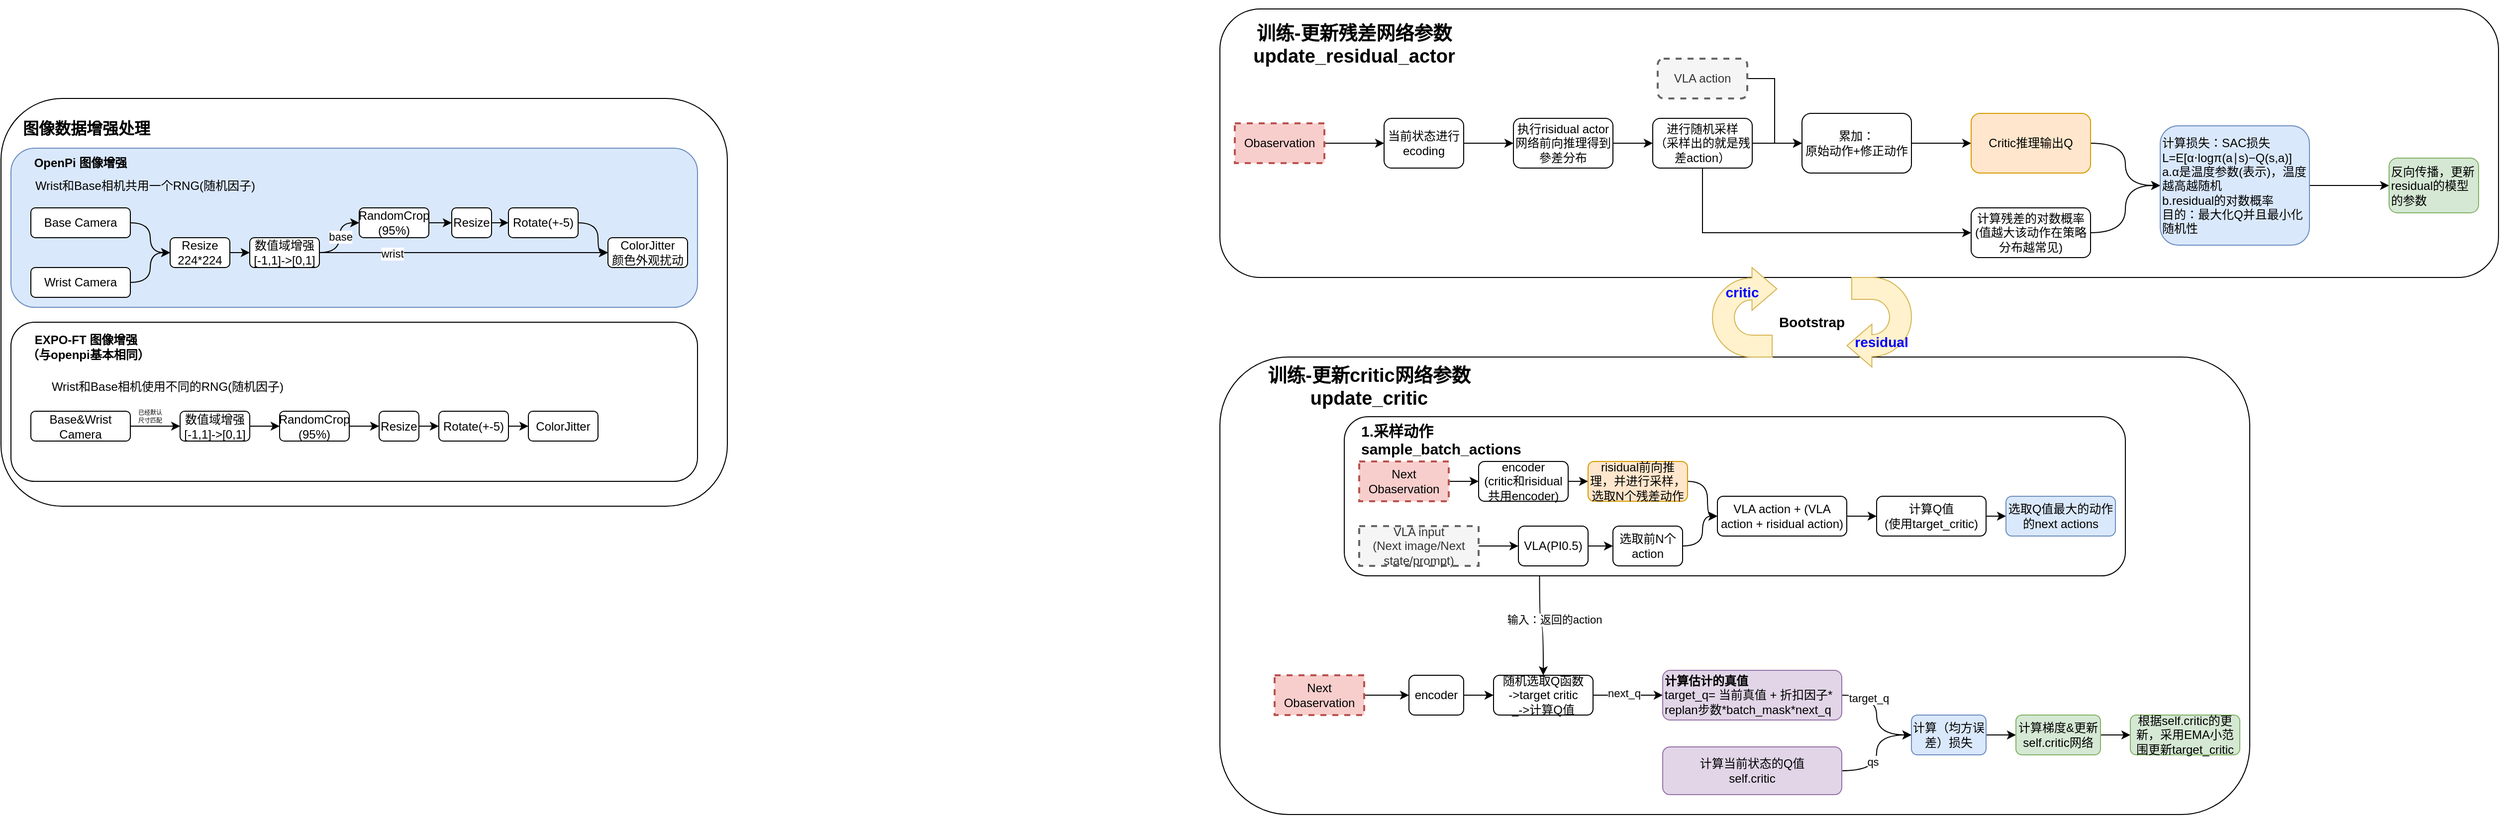
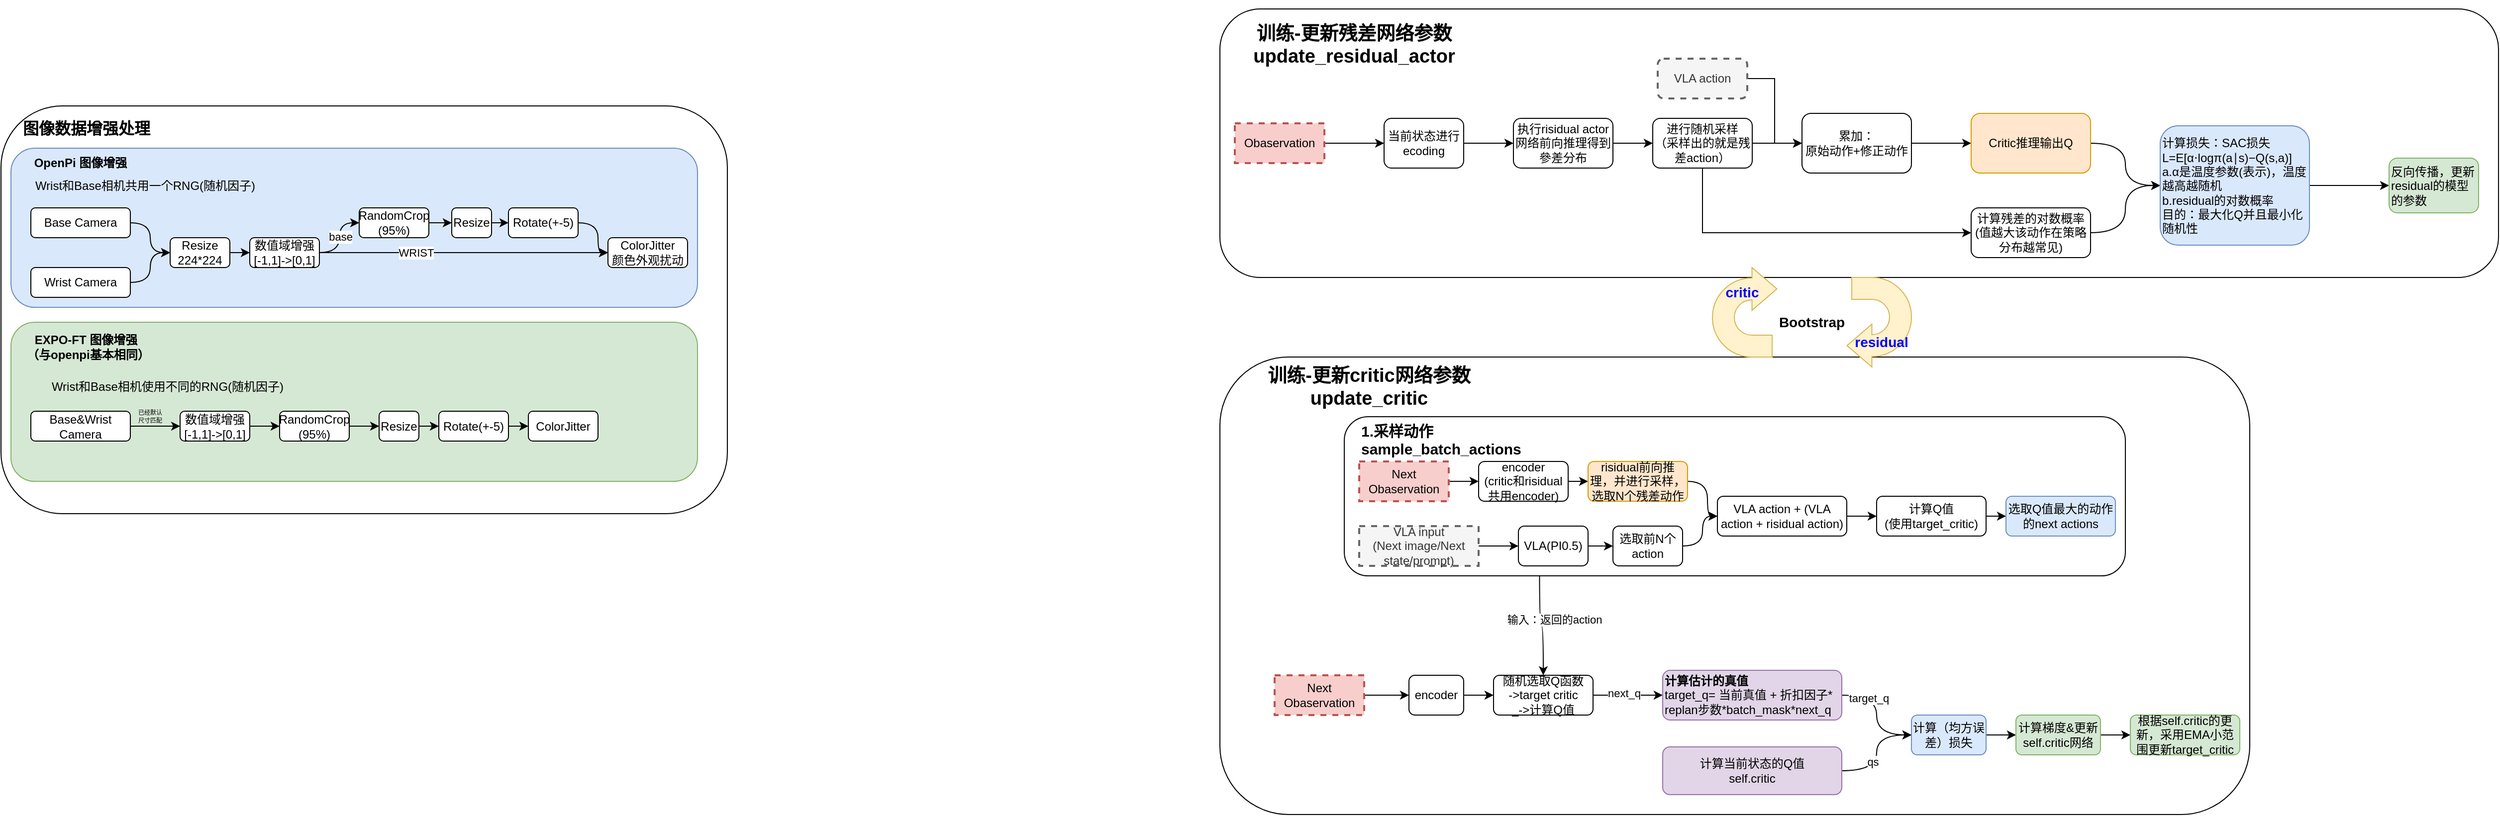
<mxfile host="app.diagrams.net">
  <diagram name="第 1 页" id="Xl2nalXjscSPXPMrPieM">
-     <mxGraphModel dx="4342" dy="1528" grid="1" gridSize="10" guides="1" tooltips="1" connect="1" arrows="1" fold="1" page="1" pageScale="1" pageWidth="827" pageHeight="1169" math="0" shadow="0">
+     <mxGraphModel dx="2537" dy="2509" grid="1" gridSize="10" guides="1" tooltips="1" connect="1" arrows="1" fold="1" page="1" pageScale="1" pageWidth="827" pageHeight="1169" math="0" shadow="0">
      <root>
        <mxCell id="0" />
        <mxCell id="1" parent="0" />
        <mxCell id="5m5IZYSdE89hOnIhnB_D-129" parent="1" style="rounded=1;whiteSpace=wrap;html=1;" value="" vertex="1">
-           <mxGeometry height="410" width="730" x="-1280" y="280" as="geometry" />
+           <mxGeometry height="410" width="730" x="-1280" y="287.5" as="geometry" />
+         </mxCell>
+         <mxCell id="5m5IZYSdE89hOnIhnB_D-127" parent="1" style="rounded=1;whiteSpace=wrap;html=1;fillColor=#d5e8d4;strokeColor=#82b366;" value="" vertex="1">
+           <mxGeometry height="160" width="690" x="-1270" y="505" as="geometry" />
        </mxCell>
        <mxCell id="5m5IZYSdE89hOnIhnB_D-126" parent="1" style="rounded=1;whiteSpace=wrap;html=1;fillColor=#dae8fc;strokeColor=#6c8ebf;" value="" vertex="1">
          <mxGeometry height="160" width="690" x="-1270" y="330" as="geometry" />
        </mxCell>
        <mxCell id="5m5IZYSdE89hOnIhnB_D-75" parent="1" style="rounded=1;whiteSpace=wrap;html=1;" value="" vertex="1">
          <mxGeometry height="460" width="1035" x="-55" y="540" as="geometry" />
        </mxCell>
        <mxCell id="5m5IZYSdE89hOnIhnB_D-59" edge="1" parent="1" source="5m5IZYSdE89hOnIhnB_D-50" style="edgeStyle=orthogonalEdgeStyle;curved=1;rounded=0;orthogonalLoop=1;jettySize=auto;html=1;exitX=0.25;exitY=1;exitDx=0;exitDy=0;entryX=0.5;entryY=0;entryDx=0;entryDy=0;" target="5m5IZYSdE89hOnIhnB_D-56">
          <mxGeometry relative="1" as="geometry" />
        </mxCell>
        <mxCell id="5m5IZYSdE89hOnIhnB_D-60" connectable="0" parent="5m5IZYSdE89hOnIhnB_D-59" style="edgeLabel;html=1;align=center;verticalAlign=middle;resizable=0;points=[];" value="输入：返回的action" vertex="1">
          <mxGeometry relative="1" x="-0.1644" y="4" as="geometry">
            <mxPoint x="10" as="offset" />
          </mxGeometry>
        </mxCell>
        <mxCell id="5m5IZYSdE89hOnIhnB_D-22" parent="1" style="rounded=1;whiteSpace=wrap;html=1;" value="" vertex="1">
          <mxGeometry height="270" width="1285" x="-55" y="190" as="geometry" />
        </mxCell>
        <mxCell id="5m5IZYSdE89hOnIhnB_D-3" edge="1" parent="1" source="5m5IZYSdE89hOnIhnB_D-1" style="edgeStyle=orthogonalEdgeStyle;rounded=0;orthogonalLoop=1;jettySize=auto;html=1;" target="5m5IZYSdE89hOnIhnB_D-2" value="">
          <mxGeometry relative="1" as="geometry" />
        </mxCell>
        <mxCell id="5m5IZYSdE89hOnIhnB_D-1" parent="1" style="rounded=1;whiteSpace=wrap;html=1;" value="当前状态进行ecoding" vertex="1">
          <mxGeometry height="50" width="80" x="110" y="300" as="geometry" />
        </mxCell>
        <mxCell id="5m5IZYSdE89hOnIhnB_D-5" edge="1" parent="1" source="5m5IZYSdE89hOnIhnB_D-2" style="edgeStyle=orthogonalEdgeStyle;rounded=0;orthogonalLoop=1;jettySize=auto;html=1;" target="5m5IZYSdE89hOnIhnB_D-4" value="">
          <mxGeometry relative="1" as="geometry" />
        </mxCell>
        <mxCell id="5m5IZYSdE89hOnIhnB_D-2" parent="1" style="rounded=1;whiteSpace=wrap;html=1;" value="执行risidual actor网络前向推理得到參差分布" vertex="1">
          <mxGeometry height="50" width="100" x="240" y="300" as="geometry" />
        </mxCell>
        <mxCell id="5m5IZYSdE89hOnIhnB_D-7" edge="1" parent="1" source="5m5IZYSdE89hOnIhnB_D-4" style="edgeStyle=orthogonalEdgeStyle;rounded=0;orthogonalLoop=1;jettySize=auto;html=1;exitX=0.5;exitY=1;exitDx=0;exitDy=0;entryX=0;entryY=0.5;entryDx=0;entryDy=0;" target="5m5IZYSdE89hOnIhnB_D-6" value="">
          <mxGeometry relative="1" as="geometry" />
        </mxCell>
        <mxCell id="5m5IZYSdE89hOnIhnB_D-14" edge="1" parent="1" source="5m5IZYSdE89hOnIhnB_D-4" style="edgeStyle=orthogonalEdgeStyle;rounded=0;orthogonalLoop=1;jettySize=auto;html=1;exitX=1;exitY=0.5;exitDx=0;exitDy=0;entryX=0;entryY=0.5;entryDx=0;entryDy=0;" target="5m5IZYSdE89hOnIhnB_D-12">
          <mxGeometry relative="1" as="geometry" />
        </mxCell>
        <mxCell id="5m5IZYSdE89hOnIhnB_D-4" parent="1" style="rounded=1;whiteSpace=wrap;html=1;" value="进行随机采样&lt;br&gt;（采样出的就是残差action）" vertex="1">
          <mxGeometry height="50" width="100" x="380" y="300" as="geometry" />
        </mxCell>
        <mxCell id="5m5IZYSdE89hOnIhnB_D-19" edge="1" parent="1" source="5m5IZYSdE89hOnIhnB_D-6" style="edgeStyle=orthogonalEdgeStyle;rounded=0;orthogonalLoop=1;jettySize=auto;html=1;exitX=1;exitY=0.5;exitDx=0;exitDy=0;entryX=0;entryY=0.5;entryDx=0;entryDy=0;curved=1;" target="5m5IZYSdE89hOnIhnB_D-17">
          <mxGeometry relative="1" as="geometry" />
        </mxCell>
        <mxCell id="5m5IZYSdE89hOnIhnB_D-6" parent="1" style="rounded=1;whiteSpace=wrap;html=1;" value="计算残差的对数概率&lt;br&gt;(值越大该动作在策略分布越常见)" vertex="1">
          <mxGeometry height="50" width="120" x="700" y="390" as="geometry" />
        </mxCell>
        <mxCell id="5m5IZYSdE89hOnIhnB_D-9" edge="1" parent="1" source="5m5IZYSdE89hOnIhnB_D-8" style="edgeStyle=orthogonalEdgeStyle;rounded=0;orthogonalLoop=1;jettySize=auto;html=1;exitX=1;exitY=0.5;exitDx=0;exitDy=0;entryX=0;entryY=0.5;entryDx=0;entryDy=0;" target="5m5IZYSdE89hOnIhnB_D-1">
          <mxGeometry relative="1" as="geometry" />
        </mxCell>
        <mxCell id="5m5IZYSdE89hOnIhnB_D-8" parent="1" style="rounded=0;whiteSpace=wrap;html=1;fillColor=#f8cecc;strokeColor=#b85450;dashed=1;strokeWidth=2;" value="Obaservation" vertex="1">
          <mxGeometry height="40" width="90" x="-40" y="305" as="geometry" />
        </mxCell>
        <mxCell id="5m5IZYSdE89hOnIhnB_D-13" edge="1" parent="1" source="5m5IZYSdE89hOnIhnB_D-10" style="edgeStyle=orthogonalEdgeStyle;rounded=0;orthogonalLoop=1;jettySize=auto;html=1;exitX=1;exitY=0.5;exitDx=0;exitDy=0;entryX=0;entryY=0.5;entryDx=0;entryDy=0;" target="5m5IZYSdE89hOnIhnB_D-12">
          <mxGeometry relative="1" as="geometry" />
        </mxCell>
        <mxCell id="5m5IZYSdE89hOnIhnB_D-10" parent="1" style="rounded=1;whiteSpace=wrap;html=1;fillColor=#f5f5f5;fontColor=#333333;strokeColor=#666666;dashed=1;strokeWidth=2;" value="VLA action" vertex="1">
          <mxGeometry height="40" width="90" x="385" y="240" as="geometry" />
        </mxCell>
        <mxCell id="5m5IZYSdE89hOnIhnB_D-16" edge="1" parent="1" source="5m5IZYSdE89hOnIhnB_D-12" style="edgeStyle=orthogonalEdgeStyle;rounded=0;orthogonalLoop=1;jettySize=auto;html=1;exitX=1;exitY=0.5;exitDx=0;exitDy=0;entryX=0;entryY=0.5;entryDx=0;entryDy=0;" target="5m5IZYSdE89hOnIhnB_D-15">
          <mxGeometry relative="1" as="geometry" />
        </mxCell>
        <mxCell id="5m5IZYSdE89hOnIhnB_D-12" parent="1" style="rounded=1;whiteSpace=wrap;html=1;" value="累加：&lt;br&gt;原始动作+修正动作" vertex="1">
          <mxGeometry height="60" width="110" x="530" y="295" as="geometry" />
        </mxCell>
        <mxCell id="5m5IZYSdE89hOnIhnB_D-18" edge="1" parent="1" source="5m5IZYSdE89hOnIhnB_D-15" style="edgeStyle=orthogonalEdgeStyle;rounded=0;orthogonalLoop=1;jettySize=auto;html=1;exitX=1;exitY=0.5;exitDx=0;exitDy=0;entryX=0;entryY=0.5;entryDx=0;entryDy=0;curved=1;" target="5m5IZYSdE89hOnIhnB_D-17">
          <mxGeometry relative="1" as="geometry" />
        </mxCell>
        <mxCell id="5m5IZYSdE89hOnIhnB_D-15" parent="1" style="rounded=1;whiteSpace=wrap;html=1;fillColor=#ffe6cc;strokeColor=#d79b00;" value="Critic推理输出Q" vertex="1">
          <mxGeometry height="60" width="120" x="700" y="295" as="geometry" />
        </mxCell>
        <mxCell id="5m5IZYSdE89hOnIhnB_D-21" edge="1" parent="1" source="5m5IZYSdE89hOnIhnB_D-17" style="edgeStyle=orthogonalEdgeStyle;curved=1;rounded=0;orthogonalLoop=1;jettySize=auto;html=1;" target="5m5IZYSdE89hOnIhnB_D-20" value="">
          <mxGeometry relative="1" as="geometry" />
        </mxCell>
        <mxCell id="5m5IZYSdE89hOnIhnB_D-17" parent="1" style="rounded=1;whiteSpace=wrap;html=1;align=left;fillColor=#dae8fc;strokeColor=#6c8ebf;" value="计算损失：SAC损失&lt;br&gt;L=E[α⋅logπ(a∣s)−Q(s,a)]&lt;div&gt;a.α是温度参数(表示)，温度越高越随机&lt;br&gt;b.residual的对数概率&lt;br&gt;目的：最大化Q并且最小化随机性&lt;/div&gt;" vertex="1">
          <mxGeometry height="120" width="150" x="890" y="307.5" as="geometry" />
        </mxCell>
        <mxCell id="5m5IZYSdE89hOnIhnB_D-20" parent="1" style="rounded=1;whiteSpace=wrap;html=1;align=left;fillColor=#d5e8d4;strokeColor=#82b366;" value="反向传播，更新residual的模型的参数" vertex="1">
          <mxGeometry height="55" width="90" x="1120" y="340" as="geometry" />
        </mxCell>
        <mxCell id="5m5IZYSdE89hOnIhnB_D-23" parent="1" style="text;html=1;whiteSpace=wrap;strokeColor=none;fillColor=none;align=center;verticalAlign=middle;rounded=0;fontStyle=1;fontSize=19;" value="&lt;br&gt;训练-更新残差网络参数update_residual_actor" vertex="1">
          <mxGeometry height="30" width="220" x="-30" y="200" as="geometry" />
        </mxCell>
        <mxCell id="5m5IZYSdE89hOnIhnB_D-55" edge="1" parent="1" source="5m5IZYSdE89hOnIhnB_D-53" style="edgeStyle=orthogonalEdgeStyle;curved=1;rounded=0;orthogonalLoop=1;jettySize=auto;html=1;exitX=1;exitY=0.5;exitDx=0;exitDy=0;entryX=0;entryY=0.5;entryDx=0;entryDy=0;" target="5m5IZYSdE89hOnIhnB_D-54">
          <mxGeometry relative="1" as="geometry" />
        </mxCell>
        <mxCell id="5m5IZYSdE89hOnIhnB_D-53" parent="1" style="rounded=0;whiteSpace=wrap;html=1;fillColor=#f8cecc;strokeColor=#b85450;dashed=1;strokeWidth=2;" value="Next&lt;br&gt;Obaservation" vertex="1">
          <mxGeometry height="40" width="90" y="860" as="geometry" />
        </mxCell>
        <mxCell id="5m5IZYSdE89hOnIhnB_D-57" edge="1" parent="1" source="5m5IZYSdE89hOnIhnB_D-54" style="edgeStyle=orthogonalEdgeStyle;curved=1;rounded=0;orthogonalLoop=1;jettySize=auto;html=1;" target="5m5IZYSdE89hOnIhnB_D-56" value="">
          <mxGeometry relative="1" as="geometry" />
        </mxCell>
        <mxCell id="5m5IZYSdE89hOnIhnB_D-54" parent="1" style="rounded=1;whiteSpace=wrap;html=1;strokeWidth=1;" value="encoder" vertex="1">
          <mxGeometry height="40" width="55" x="135" y="860" as="geometry" />
        </mxCell>
        <mxCell id="5m5IZYSdE89hOnIhnB_D-64" edge="1" parent="1" source="5m5IZYSdE89hOnIhnB_D-56" style="edgeStyle=orthogonalEdgeStyle;curved=1;rounded=0;orthogonalLoop=1;jettySize=auto;html=1;" target="5m5IZYSdE89hOnIhnB_D-63" value="">
          <mxGeometry relative="1" as="geometry" />
        </mxCell>
        <mxCell id="5m5IZYSdE89hOnIhnB_D-65" connectable="0" parent="5m5IZYSdE89hOnIhnB_D-64" style="edgeLabel;html=1;align=center;verticalAlign=middle;resizable=0;points=[];" value="next_q" vertex="1">
          <mxGeometry relative="1" x="-0.1202" y="2" as="geometry">
            <mxPoint as="offset" />
          </mxGeometry>
        </mxCell>
        <mxCell id="5m5IZYSdE89hOnIhnB_D-56" parent="1" style="rounded=1;whiteSpace=wrap;html=1;strokeWidth=1;" value="随机选取Q函数&lt;br&gt;-&amp;gt;target critic&lt;div&gt;_-&amp;gt;计算Q值&lt;/div&gt;" vertex="1">
          <mxGeometry height="40" width="100" x="220" y="860" as="geometry" />
        </mxCell>
        <mxCell id="5m5IZYSdE89hOnIhnB_D-67" edge="1" parent="1" source="5m5IZYSdE89hOnIhnB_D-63" style="edgeStyle=orthogonalEdgeStyle;curved=1;rounded=0;orthogonalLoop=1;jettySize=auto;html=1;" target="5m5IZYSdE89hOnIhnB_D-66" value="">
          <mxGeometry relative="1" as="geometry" />
        </mxCell>
        <mxCell id="5m5IZYSdE89hOnIhnB_D-70" connectable="0" parent="5m5IZYSdE89hOnIhnB_D-67" style="edgeLabel;html=1;align=center;verticalAlign=middle;resizable=0;points=[];" value="target_q" vertex="1">
          <mxGeometry relative="1" x="-0.5152" y="-3" as="geometry">
            <mxPoint as="offset" />
          </mxGeometry>
        </mxCell>
        <mxCell id="5m5IZYSdE89hOnIhnB_D-63" parent="1" style="rounded=1;whiteSpace=wrap;html=1;strokeWidth=1;align=left;fillColor=#e1d5e7;strokeColor=#9673a6;" value="&lt;b&gt;计算估计的真值&lt;/b&gt;&lt;br&gt;target_q= 当前真值 + 折扣因子* replan步数*batch_mask*next_q" vertex="1">
          <mxGeometry height="50" width="180" x="390" y="855" as="geometry" />
        </mxCell>
        <mxCell id="5m5IZYSdE89hOnIhnB_D-74" edge="1" parent="1" source="5m5IZYSdE89hOnIhnB_D-66" style="edgeStyle=orthogonalEdgeStyle;curved=1;rounded=0;orthogonalLoop=1;jettySize=auto;html=1;" target="5m5IZYSdE89hOnIhnB_D-73" value="">
          <mxGeometry relative="1" as="geometry" />
        </mxCell>
        <mxCell id="5m5IZYSdE89hOnIhnB_D-66" parent="1" style="whiteSpace=wrap;html=1;align=center;rounded=1;strokeWidth=1;fillColor=#dae8fc;strokeColor=#6c8ebf;" value="计算（均方误差）损失" vertex="1">
          <mxGeometry height="40" width="75" x="640" y="900" as="geometry" />
        </mxCell>
        <mxCell id="5m5IZYSdE89hOnIhnB_D-69" edge="1" parent="1" source="5m5IZYSdE89hOnIhnB_D-68" style="edgeStyle=orthogonalEdgeStyle;curved=1;rounded=0;orthogonalLoop=1;jettySize=auto;html=1;exitX=1;exitY=0.5;exitDx=0;exitDy=0;entryX=0;entryY=0.5;entryDx=0;entryDy=0;" target="5m5IZYSdE89hOnIhnB_D-66">
          <mxGeometry relative="1" as="geometry" />
        </mxCell>
        <mxCell id="5m5IZYSdE89hOnIhnB_D-72" connectable="0" parent="5m5IZYSdE89hOnIhnB_D-69" style="edgeLabel;html=1;align=center;verticalAlign=middle;resizable=0;points=[];" value="qs" vertex="1">
          <mxGeometry relative="1" x="-0.1592" y="4" as="geometry">
            <mxPoint as="offset" />
          </mxGeometry>
        </mxCell>
        <mxCell id="5m5IZYSdE89hOnIhnB_D-68" parent="1" style="rounded=1;whiteSpace=wrap;html=1;strokeWidth=1;fillColor=#e1d5e7;strokeColor=#9673a6;" value="计算当前状态的Q值&lt;br&gt;self.critic" vertex="1">
          <mxGeometry height="48" width="180" x="390" y="932" as="geometry" />
        </mxCell>
        <mxCell id="5m5IZYSdE89hOnIhnB_D-78" edge="1" parent="1" source="5m5IZYSdE89hOnIhnB_D-73" style="edgeStyle=orthogonalEdgeStyle;curved=1;rounded=0;orthogonalLoop=1;jettySize=auto;html=1;" target="5m5IZYSdE89hOnIhnB_D-77" value="">
          <mxGeometry relative="1" as="geometry" />
        </mxCell>
        <mxCell id="5m5IZYSdE89hOnIhnB_D-73" parent="1" style="whiteSpace=wrap;html=1;align=center;rounded=1;strokeWidth=1;fillColor=#d5e8d4;strokeColor=#82b366;" value="计算梯度&amp;amp;更新self.critic网络" vertex="1">
          <mxGeometry height="40" width="85" x="745" y="900" as="geometry" />
        </mxCell>
        <mxCell id="5m5IZYSdE89hOnIhnB_D-76" parent="1" style="text;html=1;whiteSpace=wrap;strokeColor=none;fillColor=none;align=center;verticalAlign=middle;rounded=0;fontStyle=1;fontSize=19;" value="训练-更新critic网络参数&lt;br&gt;update_critic" vertex="1">
          <mxGeometry height="40" width="220" x="-15" y="550" as="geometry" />
        </mxCell>
        <mxCell id="5m5IZYSdE89hOnIhnB_D-77" parent="1" style="whiteSpace=wrap;html=1;align=center;rounded=1;strokeWidth=1;fillColor=#d5e8d4;strokeColor=#82b366;" value="根据self.critic的更新，采用EMA小范围更新target_critic" vertex="1">
          <mxGeometry height="40" width="110" x="860" y="900" as="geometry" />
        </mxCell>
        <mxCell id="5m5IZYSdE89hOnIhnB_D-79" connectable="0" parent="1" style="group" value="" vertex="1">
          <mxGeometry height="160" width="785" x="70" y="600" as="geometry" />
        </mxCell>
        <mxCell id="5m5IZYSdE89hOnIhnB_D-50" parent="5m5IZYSdE89hOnIhnB_D-79" style="rounded=1;whiteSpace=wrap;html=1;" value="" vertex="1">
          <mxGeometry height="160" width="785" as="geometry" />
        </mxCell>
        <mxCell id="5m5IZYSdE89hOnIhnB_D-39" edge="1" parent="5m5IZYSdE89hOnIhnB_D-79" source="5m5IZYSdE89hOnIhnB_D-32" style="edgeStyle=orthogonalEdgeStyle;curved=1;rounded=0;orthogonalLoop=1;jettySize=auto;html=1;exitX=1;exitY=0.5;exitDx=0;exitDy=0;entryX=0;entryY=0.5;entryDx=0;entryDy=0;" target="5m5IZYSdE89hOnIhnB_D-38">
          <mxGeometry relative="1" as="geometry" />
        </mxCell>
        <mxCell id="5m5IZYSdE89hOnIhnB_D-32" parent="5m5IZYSdE89hOnIhnB_D-79" style="rounded=0;whiteSpace=wrap;html=1;fillColor=#f8cecc;strokeColor=#b85450;dashed=1;strokeWidth=2;" value="Next&lt;br&gt;Obaservation" vertex="1">
          <mxGeometry height="40" width="90" x="15" y="45" as="geometry" />
        </mxCell>
        <mxCell id="5m5IZYSdE89hOnIhnB_D-35" edge="1" parent="5m5IZYSdE89hOnIhnB_D-79" source="5m5IZYSdE89hOnIhnB_D-33" style="edgeStyle=orthogonalEdgeStyle;curved=1;rounded=0;orthogonalLoop=1;jettySize=auto;html=1;" target="5m5IZYSdE89hOnIhnB_D-34" value="">
          <mxGeometry relative="1" as="geometry" />
        </mxCell>
        <mxCell id="5m5IZYSdE89hOnIhnB_D-33" parent="5m5IZYSdE89hOnIhnB_D-79" style="rounded=0;whiteSpace=wrap;html=1;fillColor=#f5f5f5;fontColor=#333333;strokeColor=#666666;dashed=1;strokeWidth=2;" value="VLA input&lt;br&gt;(Next image/Next state/prompt)" vertex="1">
          <mxGeometry height="40" width="120" x="15" y="110" as="geometry" />
        </mxCell>
        <mxCell id="5m5IZYSdE89hOnIhnB_D-37" edge="1" parent="5m5IZYSdE89hOnIhnB_D-79" source="5m5IZYSdE89hOnIhnB_D-34" style="edgeStyle=orthogonalEdgeStyle;curved=1;rounded=0;orthogonalLoop=1;jettySize=auto;html=1;" target="5m5IZYSdE89hOnIhnB_D-36" value="">
          <mxGeometry relative="1" as="geometry" />
        </mxCell>
        <mxCell id="5m5IZYSdE89hOnIhnB_D-34" parent="5m5IZYSdE89hOnIhnB_D-79" style="rounded=1;whiteSpace=wrap;html=1;strokeWidth=1;" value="VLA(PI0.5)" vertex="1">
          <mxGeometry height="40" width="70" x="175" y="110" as="geometry" />
        </mxCell>
        <mxCell id="5m5IZYSdE89hOnIhnB_D-44" edge="1" parent="5m5IZYSdE89hOnIhnB_D-79" source="5m5IZYSdE89hOnIhnB_D-36" style="edgeStyle=orthogonalEdgeStyle;curved=1;rounded=0;orthogonalLoop=1;jettySize=auto;html=1;exitX=1;exitY=0.5;exitDx=0;exitDy=0;entryX=0;entryY=0.5;entryDx=0;entryDy=0;" target="5m5IZYSdE89hOnIhnB_D-43">
          <mxGeometry relative="1" as="geometry" />
        </mxCell>
        <mxCell id="5m5IZYSdE89hOnIhnB_D-36" parent="5m5IZYSdE89hOnIhnB_D-79" style="rounded=1;whiteSpace=wrap;html=1;strokeWidth=1;" value="选取前N个action" vertex="1">
          <mxGeometry height="40" width="70" x="270" y="110" as="geometry" />
        </mxCell>
        <mxCell id="5m5IZYSdE89hOnIhnB_D-41" edge="1" parent="5m5IZYSdE89hOnIhnB_D-79" source="5m5IZYSdE89hOnIhnB_D-38" style="edgeStyle=orthogonalEdgeStyle;curved=1;rounded=0;orthogonalLoop=1;jettySize=auto;html=1;" target="5m5IZYSdE89hOnIhnB_D-40" value="">
          <mxGeometry relative="1" as="geometry" />
        </mxCell>
        <mxCell id="5m5IZYSdE89hOnIhnB_D-38" parent="5m5IZYSdE89hOnIhnB_D-79" style="rounded=1;whiteSpace=wrap;html=1;strokeWidth=1;" value="encoder&lt;div&gt;(critic和risidual共用encoder)&lt;/div&gt;" vertex="1">
          <mxGeometry height="40" width="90" x="135" y="45" as="geometry" />
        </mxCell>
        <mxCell id="5m5IZYSdE89hOnIhnB_D-45" edge="1" parent="5m5IZYSdE89hOnIhnB_D-79" source="5m5IZYSdE89hOnIhnB_D-40" style="edgeStyle=orthogonalEdgeStyle;curved=1;rounded=0;orthogonalLoop=1;jettySize=auto;html=1;exitX=1;exitY=0.5;exitDx=0;exitDy=0;entryX=0;entryY=0.5;entryDx=0;entryDy=0;" target="5m5IZYSdE89hOnIhnB_D-43">
          <mxGeometry relative="1" as="geometry" />
        </mxCell>
        <mxCell id="5m5IZYSdE89hOnIhnB_D-40" parent="5m5IZYSdE89hOnIhnB_D-79" style="rounded=1;whiteSpace=wrap;html=1;strokeWidth=1;fillColor=#ffe6cc;strokeColor=#d79b00;" value="risidual前向推理，并进行采样，选取N个残差动作" vertex="1">
          <mxGeometry height="40" width="100" x="245" y="45" as="geometry" />
        </mxCell>
        <mxCell id="5m5IZYSdE89hOnIhnB_D-47" edge="1" parent="5m5IZYSdE89hOnIhnB_D-79" source="5m5IZYSdE89hOnIhnB_D-43" style="edgeStyle=orthogonalEdgeStyle;curved=1;rounded=0;orthogonalLoop=1;jettySize=auto;html=1;exitX=1;exitY=0.5;exitDx=0;exitDy=0;entryX=0;entryY=0.5;entryDx=0;entryDy=0;" target="5m5IZYSdE89hOnIhnB_D-46">
          <mxGeometry relative="1" as="geometry" />
        </mxCell>
        <mxCell id="5m5IZYSdE89hOnIhnB_D-43" parent="5m5IZYSdE89hOnIhnB_D-79" style="rounded=1;whiteSpace=wrap;html=1;strokeWidth=1;" value="VLA action + (VLA action + risidual action)" vertex="1">
          <mxGeometry height="40" width="130" x="375" y="80" as="geometry" />
        </mxCell>
        <mxCell id="5m5IZYSdE89hOnIhnB_D-49" edge="1" parent="5m5IZYSdE89hOnIhnB_D-79" source="5m5IZYSdE89hOnIhnB_D-46" style="edgeStyle=orthogonalEdgeStyle;curved=1;rounded=0;orthogonalLoop=1;jettySize=auto;html=1;" target="5m5IZYSdE89hOnIhnB_D-48" value="">
          <mxGeometry relative="1" as="geometry" />
        </mxCell>
        <mxCell id="5m5IZYSdE89hOnIhnB_D-46" parent="5m5IZYSdE89hOnIhnB_D-79" style="rounded=1;whiteSpace=wrap;html=1;strokeWidth=1;" value="计算Q值&lt;br&gt;(使用target_critic)" vertex="1">
          <mxGeometry height="40" width="110" x="535" y="80" as="geometry" />
        </mxCell>
        <mxCell id="5m5IZYSdE89hOnIhnB_D-48" parent="5m5IZYSdE89hOnIhnB_D-79" style="rounded=1;whiteSpace=wrap;html=1;strokeWidth=1;fillColor=#dae8fc;strokeColor=#6c8ebf;" value="选取Q值最大的动作&lt;br&gt;的next actions" vertex="1">
          <mxGeometry height="40" width="110" x="665" y="80" as="geometry" />
        </mxCell>
        <mxCell id="5m5IZYSdE89hOnIhnB_D-51" parent="5m5IZYSdE89hOnIhnB_D-79" style="text;html=1;whiteSpace=wrap;strokeColor=none;fillColor=none;align=left;verticalAlign=middle;rounded=0;fontStyle=1;fontSize=15;" value="1.采样动作&lt;br&gt;sample_batch_actions" vertex="1">
          <mxGeometry height="30" width="220" x="15" y="8" as="geometry" />
        </mxCell>
        <mxCell id="5m5IZYSdE89hOnIhnB_D-82" parent="1" style="html=1;shadow=0;dashed=0;align=center;verticalAlign=middle;shape=mxgraph.arrows2.uTurnArrow;dy=11;arrowHead=43;dx2=25;fillColor=#fff2cc;strokeColor=#d6b656;" value="" vertex="1">
          <mxGeometry height="90" width="60" x="440" y="450" as="geometry" />
        </mxCell>
        <mxCell id="5m5IZYSdE89hOnIhnB_D-83" parent="1" style="html=1;shadow=0;dashed=0;align=center;verticalAlign=middle;shape=mxgraph.arrows2.uTurnArrow;dy=11;arrowHead=43;dx2=25;rotation=-180;fillColor=#fff2cc;strokeColor=#d6b656;" value="&amp;nbsp; " vertex="1">
          <mxGeometry height="90" width="60" x="580" y="460" as="geometry" />
        </mxCell>
        <mxCell id="5m5IZYSdE89hOnIhnB_D-84" parent="1" style="text;html=1;whiteSpace=wrap;strokeColor=none;fillColor=none;align=center;verticalAlign=middle;rounded=0;fontStyle=1;fontSize=14;" value="Bootstrap" vertex="1">
          <mxGeometry height="30" width="60" x="510" y="490" as="geometry" />
        </mxCell>
        <mxCell id="5m5IZYSdE89hOnIhnB_D-85" parent="1" style="text;html=1;whiteSpace=wrap;strokeColor=none;fillColor=none;align=center;verticalAlign=middle;rounded=0;fontStyle=1;fontColor=#0000FF;fontSize=14;" value="critic" vertex="1">
          <mxGeometry height="30" width="60" x="440" y="460" as="geometry" />
        </mxCell>
        <mxCell id="5m5IZYSdE89hOnIhnB_D-86" parent="1" style="text;html=1;whiteSpace=wrap;strokeColor=none;fillColor=none;align=center;verticalAlign=middle;rounded=0;fontStyle=1;fontColor=#0000FF;fontSize=14;" value="residual" vertex="1">
          <mxGeometry height="30" width="60" x="580" y="510" as="geometry" />
        </mxCell>
        <mxCell id="5m5IZYSdE89hOnIhnB_D-99" edge="1" parent="1" source="5m5IZYSdE89hOnIhnB_D-87" style="edgeStyle=orthogonalEdgeStyle;curved=1;rounded=0;orthogonalLoop=1;jettySize=auto;html=1;exitX=1;exitY=0.5;exitDx=0;exitDy=0;entryX=0;entryY=0.5;entryDx=0;entryDy=0;" target="5m5IZYSdE89hOnIhnB_D-89">
          <mxGeometry relative="1" as="geometry" />
        </mxCell>
        <mxCell id="5m5IZYSdE89hOnIhnB_D-87" parent="1" style="rounded=1;whiteSpace=wrap;html=1;" value="Base Camera" vertex="1">
          <mxGeometry height="30" width="100" x="-1250" y="390" as="geometry" />
        </mxCell>
        <mxCell id="5m5IZYSdE89hOnIhnB_D-98" edge="1" parent="1" source="5m5IZYSdE89hOnIhnB_D-88" style="edgeStyle=orthogonalEdgeStyle;curved=1;rounded=0;orthogonalLoop=1;jettySize=auto;html=1;exitX=1;exitY=0.5;exitDx=0;exitDy=0;entryX=0;entryY=0.5;entryDx=0;entryDy=0;" target="5m5IZYSdE89hOnIhnB_D-89">
          <mxGeometry relative="1" as="geometry" />
        </mxCell>
        <mxCell id="5m5IZYSdE89hOnIhnB_D-88" parent="1" style="rounded=1;whiteSpace=wrap;html=1;" value="Wrist Camera" vertex="1">
          <mxGeometry height="30" width="100" x="-1250" y="450" as="geometry" />
        </mxCell>
        <mxCell id="5m5IZYSdE89hOnIhnB_D-108" edge="1" parent="1" source="5m5IZYSdE89hOnIhnB_D-89" style="edgeStyle=orthogonalEdgeStyle;curved=1;rounded=0;orthogonalLoop=1;jettySize=auto;html=1;" target="5m5IZYSdE89hOnIhnB_D-107" value="">
          <mxGeometry relative="1" as="geometry" />
        </mxCell>
        <mxCell id="5m5IZYSdE89hOnIhnB_D-89" parent="1" style="rounded=1;whiteSpace=wrap;html=1;" value="Resize&lt;div&gt;224*224&lt;/div&gt;" vertex="1">
          <mxGeometry height="30" width="60" x="-1110" y="420" as="geometry" />
        </mxCell>
        <mxCell id="5m5IZYSdE89hOnIhnB_D-92" edge="1" parent="1" source="5m5IZYSdE89hOnIhnB_D-90" style="edgeStyle=orthogonalEdgeStyle;curved=1;rounded=0;orthogonalLoop=1;jettySize=auto;html=1;" target="5m5IZYSdE89hOnIhnB_D-91" value="">
          <mxGeometry relative="1" as="geometry" />
        </mxCell>
        <mxCell id="5m5IZYSdE89hOnIhnB_D-90" parent="1" style="rounded=1;whiteSpace=wrap;html=1;" value="RandomCrop&lt;br&gt;(95%)" vertex="1">
          <mxGeometry height="30" width="70" x="-920" y="390" as="geometry" />
        </mxCell>
        <mxCell id="5m5IZYSdE89hOnIhnB_D-94" edge="1" parent="1" source="5m5IZYSdE89hOnIhnB_D-91" style="edgeStyle=orthogonalEdgeStyle;curved=1;rounded=0;orthogonalLoop=1;jettySize=auto;html=1;" target="5m5IZYSdE89hOnIhnB_D-93" value="">
          <mxGeometry relative="1" as="geometry" />
        </mxCell>
        <mxCell id="5m5IZYSdE89hOnIhnB_D-91" parent="1" style="rounded=1;whiteSpace=wrap;html=1;" value="Resize" vertex="1">
          <mxGeometry height="30" width="40" x="-827" y="390" as="geometry" />
        </mxCell>
        <mxCell id="5m5IZYSdE89hOnIhnB_D-96" edge="1" parent="1" source="5m5IZYSdE89hOnIhnB_D-93" style="edgeStyle=orthogonalEdgeStyle;curved=1;rounded=0;orthogonalLoop=1;jettySize=auto;html=1;" target="5m5IZYSdE89hOnIhnB_D-95" value="">
          <mxGeometry relative="1" as="geometry" />
        </mxCell>
        <mxCell id="5m5IZYSdE89hOnIhnB_D-93" parent="1" style="rounded=1;whiteSpace=wrap;html=1;" value="Rotate(+-5)" vertex="1">
          <mxGeometry height="30" width="70" x="-770" y="390" as="geometry" />
        </mxCell>
        <mxCell id="5m5IZYSdE89hOnIhnB_D-95" parent="1" style="rounded=1;whiteSpace=wrap;html=1;" value="ColorJitter&lt;br&gt;颜色外观扰动" vertex="1">
          <mxGeometry height="30" width="80" x="-670" y="420" as="geometry" />
        </mxCell>
        <mxCell id="5m5IZYSdE89hOnIhnB_D-103" parent="1" style="text;html=1;whiteSpace=wrap;strokeColor=none;fillColor=none;align=center;verticalAlign=middle;rounded=0;" value="Wrist和Base相机共用一个RNG(随机因子)" vertex="1">
          <mxGeometry height="20" width="230" x="-1250" y="357.5" as="geometry" />
        </mxCell>
        <mxCell id="5m5IZYSdE89hOnIhnB_D-105" parent="1" style="text;html=1;whiteSpace=wrap;strokeColor=none;fillColor=none;align=center;verticalAlign=middle;rounded=0;fontStyle=1" value="OpenPi 图像增强" vertex="1">
          <mxGeometry height="20" width="110" x="-1255" y="335" as="geometry" />
        </mxCell>
        <mxCell id="5m5IZYSdE89hOnIhnB_D-106" parent="1" style="text;html=1;whiteSpace=wrap;strokeColor=none;fillColor=none;align=center;verticalAlign=middle;rounded=0;fontStyle=1" value="EXPO-FT 图像增强&lt;br&gt;（与openpi基本相同）" vertex="1">
          <mxGeometry height="20" width="121" x="-1255" y="520" as="geometry" />
        </mxCell>
        <mxCell id="5m5IZYSdE89hOnIhnB_D-109" edge="1" parent="1" source="5m5IZYSdE89hOnIhnB_D-107" style="edgeStyle=orthogonalEdgeStyle;curved=1;rounded=0;orthogonalLoop=1;jettySize=auto;html=1;exitX=1;exitY=0.5;exitDx=0;exitDy=0;entryX=0;entryY=0.5;entryDx=0;entryDy=0;" target="5m5IZYSdE89hOnIhnB_D-90">
          <mxGeometry relative="1" as="geometry" />
        </mxCell>
        <mxCell id="5m5IZYSdE89hOnIhnB_D-110" connectable="0" parent="5m5IZYSdE89hOnIhnB_D-109" style="edgeLabel;html=1;align=center;verticalAlign=middle;resizable=0;points=[];" value="base" vertex="1">
          <mxGeometry relative="1" x="0.0335" y="-1" as="geometry">
            <mxPoint as="offset" />
          </mxGeometry>
        </mxCell>
-         <mxCell id="5m5IZYSdE89hOnIhnB_D-111" edge="1" parent="1" source="5m5IZYSdE89hOnIhnB_D-107" style="edgeStyle=orthogonalEdgeStyle;curved=1;rounded=0;orthogonalLoop=1;jettySize=auto;html=1;exitX=1;exitY=0.5;exitDx=0;exitDy=0;" target="5m5IZYSdE89hOnIhnB_D-95">
-           <mxGeometry relative="1" as="geometry" />
-         </mxCell>
-         <mxCell id="5m5IZYSdE89hOnIhnB_D-112" connectable="0" parent="5m5IZYSdE89hOnIhnB_D-111" style="edgeLabel;html=1;align=center;verticalAlign=middle;resizable=0;points=[];" value="wrist" vertex="1">
-           <mxGeometry relative="1" x="-0.4996" y="-1" as="geometry">
+         <mxCell id="5m5IZYSdE89hOnIhnB_D-133" edge="1" parent="1" source="5m5IZYSdE89hOnIhnB_D-107" style="edgeStyle=orthogonalEdgeStyle;curved=1;rounded=0;orthogonalLoop=1;jettySize=auto;html=1;exitX=1;exitY=0.5;exitDx=0;exitDy=0;entryX=0;entryY=0.5;entryDx=0;entryDy=0;" target="5m5IZYSdE89hOnIhnB_D-95">
+           <mxGeometry relative="1" as="geometry" />
+         </mxCell>
+         <mxCell id="5m5IZYSdE89hOnIhnB_D-134" connectable="0" parent="5m5IZYSdE89hOnIhnB_D-133" style="edgeLabel;html=1;align=center;verticalAlign=middle;resizable=0;points=[];" value="WRIST" vertex="1">
+           <mxGeometry relative="1" x="-0.3337" as="geometry">
            <mxPoint as="offset" />
          </mxGeometry>
        </mxCell>
        <mxCell id="5m5IZYSdE89hOnIhnB_D-107" parent="1" style="rounded=1;whiteSpace=wrap;html=1;" value="数值域增强&lt;br&gt;[-1,1]-&amp;gt;[0,1]" vertex="1">
          <mxGeometry height="30" width="70" x="-1030" y="420" as="geometry" />
        </mxCell>
        <mxCell id="5m5IZYSdE89hOnIhnB_D-118" edge="1" parent="1" source="5m5IZYSdE89hOnIhnB_D-113" style="edgeStyle=orthogonalEdgeStyle;curved=1;rounded=0;orthogonalLoop=1;jettySize=auto;html=1;exitX=1;exitY=0.5;exitDx=0;exitDy=0;entryX=0;entryY=0.5;entryDx=0;entryDy=0;" target="5m5IZYSdE89hOnIhnB_D-114">
          <mxGeometry relative="1" as="geometry" />
        </mxCell>
        <mxCell id="5m5IZYSdE89hOnIhnB_D-113" parent="1" style="rounded=1;whiteSpace=wrap;html=1;" value="数值域增强&lt;br&gt;[-1,1]-&amp;gt;[0,1]" vertex="1">
          <mxGeometry height="30" width="70" x="-1100" y="594.5" as="geometry" />
        </mxCell>
        <mxCell id="5m5IZYSdE89hOnIhnB_D-119" edge="1" parent="1" source="5m5IZYSdE89hOnIhnB_D-114" style="edgeStyle=orthogonalEdgeStyle;curved=1;rounded=0;orthogonalLoop=1;jettySize=auto;html=1;exitX=1;exitY=0.5;exitDx=0;exitDy=0;entryX=0;entryY=0.5;entryDx=0;entryDy=0;" target="5m5IZYSdE89hOnIhnB_D-115">
          <mxGeometry relative="1" as="geometry" />
        </mxCell>
        <mxCell id="5m5IZYSdE89hOnIhnB_D-114" parent="1" style="rounded=1;whiteSpace=wrap;html=1;" value="RandomCrop&lt;br&gt;(95%)" vertex="1">
          <mxGeometry height="30" width="70" x="-1000" y="594.5" as="geometry" />
        </mxCell>
        <mxCell id="5m5IZYSdE89hOnIhnB_D-120" edge="1" parent="1" source="5m5IZYSdE89hOnIhnB_D-115" style="edgeStyle=orthogonalEdgeStyle;curved=1;rounded=0;orthogonalLoop=1;jettySize=auto;html=1;exitX=1;exitY=0.5;exitDx=0;exitDy=0;entryX=0;entryY=0.5;entryDx=0;entryDy=0;" target="5m5IZYSdE89hOnIhnB_D-116">
          <mxGeometry relative="1" as="geometry" />
        </mxCell>
        <mxCell id="5m5IZYSdE89hOnIhnB_D-115" parent="1" style="rounded=1;whiteSpace=wrap;html=1;" value="Resize" vertex="1">
          <mxGeometry height="30" width="40" x="-900" y="594.5" as="geometry" />
        </mxCell>
        <mxCell id="5m5IZYSdE89hOnIhnB_D-121" edge="1" parent="1" source="5m5IZYSdE89hOnIhnB_D-116" style="edgeStyle=orthogonalEdgeStyle;curved=1;rounded=0;orthogonalLoop=1;jettySize=auto;html=1;exitX=1;exitY=0.5;exitDx=0;exitDy=0;entryX=0;entryY=0.5;entryDx=0;entryDy=0;" target="5m5IZYSdE89hOnIhnB_D-117">
          <mxGeometry relative="1" as="geometry" />
        </mxCell>
        <mxCell id="5m5IZYSdE89hOnIhnB_D-116" parent="1" style="rounded=1;whiteSpace=wrap;html=1;" value="Rotate(+-5)" vertex="1">
          <mxGeometry height="30" width="70" x="-840" y="594.5" as="geometry" />
        </mxCell>
        <mxCell id="5m5IZYSdE89hOnIhnB_D-117" parent="1" style="rounded=1;whiteSpace=wrap;html=1;" value="ColorJitter" vertex="1">
          <mxGeometry height="30" width="70" x="-750" y="594.5" as="geometry" />
        </mxCell>
        <mxCell id="5m5IZYSdE89hOnIhnB_D-123" edge="1" parent="1" source="5m5IZYSdE89hOnIhnB_D-122" style="edgeStyle=orthogonalEdgeStyle;curved=1;rounded=0;orthogonalLoop=1;jettySize=auto;html=1;exitX=1;exitY=0.5;exitDx=0;exitDy=0;entryX=0;entryY=0.5;entryDx=0;entryDy=0;" target="5m5IZYSdE89hOnIhnB_D-113">
          <mxGeometry relative="1" as="geometry" />
        </mxCell>
        <mxCell id="5m5IZYSdE89hOnIhnB_D-122" parent="1" style="rounded=1;whiteSpace=wrap;html=1;" value="Base&amp;amp;Wrist Camera" vertex="1">
          <mxGeometry height="30" width="100" x="-1250" y="594.5" as="geometry" />
        </mxCell>
        <mxCell id="5m5IZYSdE89hOnIhnB_D-124" parent="1" style="text;html=1;whiteSpace=wrap;strokeColor=none;fillColor=none;align=center;verticalAlign=middle;rounded=0;fontSize=6;" value="已经默认&lt;br&gt;尺寸匹配" vertex="1">
          <mxGeometry height="30" width="60" x="-1160" y="584.5" as="geometry" />
        </mxCell>
        <mxCell id="5m5IZYSdE89hOnIhnB_D-125" parent="1" style="text;html=1;whiteSpace=wrap;strokeColor=none;fillColor=none;align=center;verticalAlign=middle;rounded=0;" value="Wrist和Base相机使用不同的RNG(随机因子)" vertex="1">
          <mxGeometry height="20" width="265" x="-1245" y="560" as="geometry" />
-         </mxCell>
-         <mxCell id="5m5IZYSdE89hOnIhnB_D-127" parent="1" style="rounded=1;whiteSpace=wrap;html=1;fillColor=none;" value="" vertex="1">
-           <mxGeometry height="160" width="690" x="-1270" y="505" as="geometry" />
        </mxCell>
        <mxCell id="5m5IZYSdE89hOnIhnB_D-130" parent="1" style="text;html=1;whiteSpace=wrap;strokeColor=none;fillColor=none;align=center;verticalAlign=middle;rounded=0;fontStyle=1;fontSize=16;" value="图像数据增强处理" vertex="1">
          <mxGeometry height="30" width="170" x="-1279.5" y="295" as="geometry" />
        </mxCell>
      </root>
    </mxGraphModel>
  </diagram>
</mxfile>
